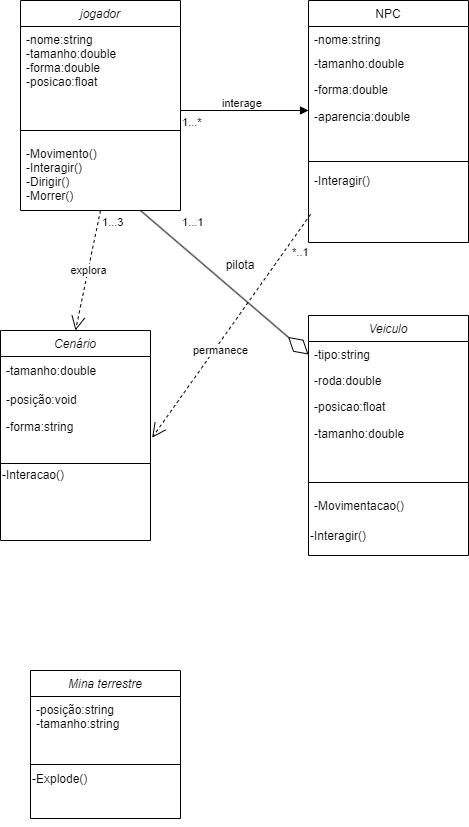
The draw.io diagram diagramas/Diagrama jogo musica Unity.drawio.png in lucasnoelgb/2jdprojetomusica, before a commit. Source tidied: cells renumbered, new cells last; positions are measured from the earlier drawing's top-left corner, leaving out a move shared by most shapes. Source of this version:
```xml
<mxGraphModel>
  <root>
    <mxCell id="0" />
    <mxCell id="1" parent="0" />
    <mxCell id="2" value="jogador" style="swimlane;fontStyle=2;align=center;verticalAlign=top;horizontal=1;startSize=26;rounded=0;shadow=0;strokeWidth=1;" parent="1" vertex="1">
      <mxGeometry x="20" width="160" height="210" as="geometry" />
    </mxCell>
    <mxCell id="3" value="-nome:string&#10;-tamanho:double&#10;-forma:double&#10;-posicao:float&#10;&#10;&#10;&#10;" style="text;align=left;verticalAlign=top;spacingLeft=4;spacingRight=4;overflow=hidden;" parent="2" vertex="1">
      <mxGeometry y="26" width="160" height="94" as="geometry" />
    </mxCell>
    <mxCell id="4" style="line;html=1;strokeWidth=1;align=left;verticalAlign=middle;spacingTop=-1;spacingLeft=3;spacingRight=3;labelPosition=right;" parent="2" vertex="1">
      <mxGeometry y="120" width="160" height="20" as="geometry" />
    </mxCell>
    <mxCell id="5" value="-Movimento()&#10;-Interagir()&#10;-Dirigir()&#10;-Morrer()" style="text;align=left;verticalAlign=top;spacingLeft=4;spacingRight=4;overflow=hidden;" parent="2" vertex="1">
      <mxGeometry y="140" width="160" height="60" as="geometry" />
    </mxCell>
    <mxCell id="6" value="NPC" style="swimlane;fontStyle=0;align=center;verticalAlign=top;horizontal=1;startSize=26;rounded=0;shadow=0;strokeWidth=1;" parent="1" vertex="1">
      <mxGeometry x="308" width="160" height="242" as="geometry" />
    </mxCell>
    <mxCell id="7" value="-nome:string" style="text;align=left;verticalAlign=top;spacingLeft=4;spacingRight=4;overflow=hidden;" parent="6" vertex="1">
      <mxGeometry y="26" width="160" height="24" as="geometry" />
    </mxCell>
    <mxCell id="8" value="-tamanho:double&#10;&#10;" style="text;align=left;verticalAlign=top;spacingLeft=4;spacingRight=4;overflow=hidden;rounded=0;shadow=0;html=0;" parent="6" vertex="1">
      <mxGeometry y="50" width="160" height="26" as="geometry" />
    </mxCell>
    <mxCell id="9" value="-forma:double&#10;&#10;" style="text;align=left;verticalAlign=top;spacingLeft=4;spacingRight=4;overflow=hidden;rounded=0;shadow=0;html=0;" parent="6" vertex="1">
      <mxGeometry y="76" width="160" height="26" as="geometry" />
    </mxCell>
    <mxCell id="10" value="-aparencia:double" style="text;html=1;strokeColor=none;fillColor=none;align=left;verticalAlign=middle;whiteSpace=wrap;rounded=0;spacingLeft=4;" parent="6" vertex="1">
      <mxGeometry y="102" width="160" height="30" as="geometry" />
    </mxCell>
    <mxCell id="11" style="line;html=1;strokeWidth=1;align=left;verticalAlign=middle;spacingTop=-1;spacingLeft=3;spacingRight=3;labelPosition=right;" parent="6" vertex="1">
      <mxGeometry y="132" width="160" height="58" as="geometry" />
    </mxCell>
    <mxCell id="12" value="-Interagir()" style="text;align=left;verticalAlign=bottom;spacingLeft=4;spacingRight=4;overflow=hidden;points=[[0,0.5],[1,0.5]];portConstraint=eastwest;labelPosition=center;verticalLabelPosition=top;" parent="6" vertex="1">
      <mxGeometry y="190" width="160" height="30" as="geometry" />
    </mxCell>
    <mxCell id="13" value="Cenário" style="swimlane;fontStyle=2;align=center;verticalAlign=top;horizontal=1;startSize=26;rounded=0;shadow=0;strokeWidth=1;" parent="1" vertex="1">
      <mxGeometry y="330" width="150" height="210" as="geometry" />
    </mxCell>
    <mxCell id="14" value="-tamanho:double" style="text;html=1;align=left;verticalAlign=middle;strokeColor=none;fillColor=none;spacingLeft=4;" parent="13" vertex="1">
      <mxGeometry y="26" width="150" height="30" as="geometry" />
    </mxCell>
    <mxCell id="15" value="-posição:void" style="text;align=left;verticalAlign=top;spacingLeft=4;spacingRight=4;overflow=hidden;" parent="13" vertex="1">
      <mxGeometry y="56" width="150" height="26" as="geometry" />
    </mxCell>
    <mxCell id="16" value="-forma:string" style="text;html=1;align=left;verticalAlign=middle;points=[];strokeColor=none;fillColor=none;spacingLeft=4;" parent="13" vertex="1">
      <mxGeometry y="82" width="150" height="30" as="geometry" />
    </mxCell>
    <mxCell id="17" style="edgeStyle=orthogonalEdgeStyle;rounded=0;orthogonalLoop=1;jettySize=auto;html=1;exitX=0.5;exitY=1;exitDx=0;exitDy=0;" parent="13" edge="1" source="19" target="19">
      <mxGeometry relative="1" as="geometry" />
    </mxCell>
    <mxCell id="18" style="line;html=1;strokeWidth=1;align=left;verticalAlign=middle;spacingTop=-1;spacingLeft=3;spacingRight=3;labelPosition=right;" parent="13" vertex="1">
      <mxGeometry y="112" width="150" height="42" as="geometry" />
    </mxCell>
    <mxCell id="19" value="-Interacao()" style="text;html=1;strokeColor=none;fillColor=none;align=left;verticalAlign=bottom;whiteSpace=wrap;rounded=0;horizontal=1;labelPosition=center;verticalLabelPosition=top;" parent="13" vertex="1">
      <mxGeometry y="154" width="150" height="30" as="geometry" />
    </mxCell>
    <mxCell id="20" value="Veiculo" style="swimlane;fontStyle=2;align=center;verticalAlign=top;horizontal=1;startSize=26;rounded=0;shadow=0;strokeWidth=1;" parent="1" vertex="1">
      <mxGeometry x="308" y="315" width="160" height="240" as="geometry" />
    </mxCell>
    <mxCell id="21" value="-tipo:string" style="text;align=left;verticalAlign=top;spacingLeft=4;spacingRight=4;overflow=hidden;points=[[0,0.5],[1,0.5]];portConstraint=eastwest;" parent="20" vertex="1">
      <mxGeometry y="26" width="160" height="26" as="geometry" />
    </mxCell>
    <mxCell id="22" value="-roda:double&#10;" style="text;align=left;verticalAlign=top;spacingLeft=4;spacingRight=4;overflow=hidden;rounded=0;shadow=0;html=0;" parent="20" vertex="1">
      <mxGeometry y="52" width="160" height="26" as="geometry" />
    </mxCell>
    <mxCell id="23" value="-posicao:float" style="text;align=left;verticalAlign=top;spacingLeft=4;spacingRight=4;overflow=hidden;rounded=0;shadow=0;html=0;" parent="20" vertex="1">
      <mxGeometry y="78" width="160" height="26" as="geometry" />
    </mxCell>
    <mxCell id="24" value="-tamanho:double" style="text;html=1;align=left;verticalAlign=middle;strokeColor=none;fillColor=none;spacingLeft=4;" parent="20" vertex="1">
      <mxGeometry y="104" width="160" height="30" as="geometry" />
    </mxCell>
    <mxCell id="25" style="line;html=1;strokeWidth=1;align=left;verticalAlign=middle;spacingTop=-1;spacingLeft=3;spacingRight=3;labelPosition=right;" parent="20" vertex="1">
      <mxGeometry y="134" width="160" height="66" as="geometry" />
    </mxCell>
    <mxCell id="26" value="-Movimentacao()" style="text;align=left;verticalAlign=bottom;spacingLeft=4;spacingRight=4;overflow=hidden;labelPosition=center;verticalLabelPosition=top;" parent="20" vertex="1">
      <mxGeometry y="200" width="160" height="30" as="geometry" />
    </mxCell>
    <mxCell id="27" value="-Interagir()" style="text;html=1;strokeColor=none;fillColor=none;align=left;verticalAlign=bottom;whiteSpace=wrap;rounded=0;labelPosition=center;verticalLabelPosition=top;" parent="20" vertex="1">
      <mxGeometry y="230" width="160" height="10" as="geometry" />
    </mxCell>
    <mxCell id="28" value="Mina terrestre" style="swimlane;fontStyle=2;align=center;verticalAlign=top;horizontal=1;startSize=26;rounded=0;shadow=0;strokeWidth=1;" parent="1" vertex="1">
      <mxGeometry x="30" y="670" width="150" height="148" as="geometry" />
    </mxCell>
    <mxCell id="29" value="-posição:string&#10;-tamanho:string" style="text;align=left;verticalAlign=top;spacingLeft=4;spacingRight=4;overflow=hidden;" parent="28" vertex="1">
      <mxGeometry y="26" width="150" height="44" as="geometry" />
    </mxCell>
    <mxCell id="30" style="edgeStyle=orthogonalEdgeStyle;rounded=0;orthogonalLoop=1;jettySize=auto;html=1;exitX=0.5;exitY=1;exitDx=0;exitDy=0;" parent="28" edge="1" source="32" target="32">
      <mxGeometry relative="1" as="geometry" />
    </mxCell>
    <mxCell id="31" style="line;html=1;strokeWidth=1;align=left;verticalAlign=middle;spacingTop=-1;spacingLeft=3;spacingRight=3;labelPosition=right;" parent="28" vertex="1">
      <mxGeometry y="70" width="150" height="48" as="geometry" />
    </mxCell>
    <mxCell id="32" value="-Explode()" style="text;html=1;strokeColor=none;fillColor=none;align=left;verticalAlign=bottom;whiteSpace=wrap;rounded=0;horizontal=1;labelPosition=center;verticalLabelPosition=top;" parent="28" vertex="1">
      <mxGeometry y="118" width="150" height="30" as="geometry" />
    </mxCell>
    <mxCell id="33" value="interage&lt;br&gt;" style="endArrow=block;endFill=1;html=1;edgeStyle=orthogonalEdgeStyle;align=left;verticalAlign=top;rounded=0;" parent="1" edge="1">
      <mxGeometry x="-0.38" y="20" relative="1" as="geometry">
        <mxPoint x="180" y="110" as="sourcePoint" />
        <mxPoint x="308" y="110" as="targetPoint" />
      </mxGeometry>
    </mxCell>
    <mxCell id="34" value="*..1" style="edgeLabel;html=1;align=left;verticalAlign=bottom;" parent="33" vertex="1">
      <mxGeometry x="-1" relative="1" as="geometry">
        <mxPoint x="110" y="150" as="offset" />
      </mxGeometry>
    </mxCell>
    <mxCell id="35" value="1...3" style="edgeLabel;html=1;align=left;verticalAlign=bottom;" parent="33" vertex="1">
      <mxGeometry x="-1" relative="1" as="geometry">
        <mxPoint x="-80" y="120" as="offset" />
      </mxGeometry>
    </mxCell>
    <mxCell id="36" value="1...1" style="edgeLabel;html=1;align=left;verticalAlign=bottom;" parent="33" vertex="1">
      <mxGeometry x="-1" relative="1" as="geometry">
        <mxPoint y="120" as="offset" />
      </mxGeometry>
    </mxCell>
    <mxCell id="37" value="1...*" style="edgeLabel;html=1;align=left;verticalAlign=bottom;" parent="33" vertex="1">
      <mxGeometry x="-1" relative="1" as="geometry">
        <mxPoint y="20" as="offset" />
      </mxGeometry>
    </mxCell>
    <mxCell id="38" value="explora&lt;br&gt;" style="endArrow=open;endSize=12;dashed=1;html=1;rounded=0;entryX=0.5;entryY=0;entryDx=0;entryDy=0;exitX=0.5;exitY=1;exitDx=0;exitDy=0;" parent="1" edge="1" source="2" target="13">
      <mxGeometry relative="1" as="geometry" />
    </mxCell>
    <mxCell id="39" style="endArrow=diamondThin;endFill=0;endSize=24;html=1;rounded=0;entryX=0;entryY=0.5;entryDx=0;entryDy=0;exitX=0.75;exitY=1;exitDx=0;exitDy=0;" parent="1" edge="1" source="2" target="21">
      <mxGeometry relative="1" as="geometry" />
    </mxCell>
    <mxCell id="40" value="pilota&lt;br&gt;" style="text;html=1;strokeColor=none;fillColor=none;align=center;verticalAlign=middle;whiteSpace=wrap;rounded=0;" parent="1" vertex="1">
      <mxGeometry x="210" y="250" width="60" height="30" as="geometry" />
    </mxCell>
    <mxCell id="41" value="permanece&lt;br&gt;" style="endArrow=open;endSize=12;dashed=1;html=1;rounded=0;entryX=1.011;entryY=0.839;entryDx=0;entryDy=0;exitX=0.013;exitY=0.794;exitDx=0;exitDy=0;exitPerimeter=0;entryPerimeter=0;" parent="1" edge="1" source="12" target="16">
      <mxGeometry x="0.19" y="5" relative="1" as="geometry" />
    </mxCell>
  </root>
</mxGraphModel>
```
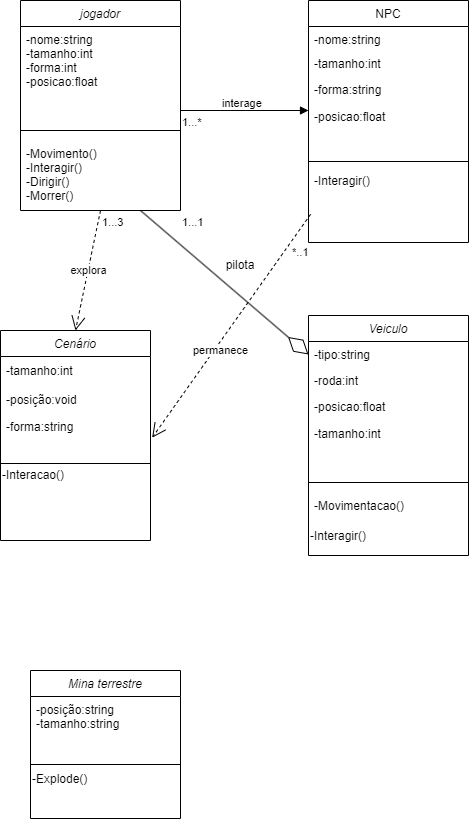
After the commit.

Commit message:
corrigindo erros

What changed in the source:
```diff
@@ -5,7 +5,7 @@
     <mxCell id="2" value="jogador" style="swimlane;fontStyle=2;align=center;verticalAlign=top;horizontal=1;startSize=26;rounded=0;shadow=0;strokeWidth=1;" parent="1" vertex="1">
       <mxGeometry x="20" width="160" height="210" as="geometry" />
     </mxCell>
-    <mxCell id="3" value="-nome:string&#10;-tamanho:double&#10;-forma:double&#10;-posicao:float&#10;&#10;&#10;&#10;" style="text;align=left;verticalAlign=top;spacingLeft=4;spacingRight=4;overflow=hidden;" parent="2" vertex="1">
+    <mxCell id="3" value="-nome:string&#10;-tamanho:int&#10;-forma:int&#10;-posicao:float&#10;&#10;&#10;&#10;" style="text;align=left;verticalAlign=top;spacingLeft=4;spacingRight=4;overflow=hidden;" parent="2" vertex="1">
       <mxGeometry y="26" width="160" height="94" as="geometry" />
     </mxCell>
     <mxCell id="4" style="line;html=1;strokeWidth=1;align=left;verticalAlign=middle;spacingTop=-1;spacingLeft=3;spacingRight=3;labelPosition=right;" parent="2" vertex="1">
@@ -20,13 +20,13 @@
     <mxCell id="7" value="-nome:string" style="text;align=left;verticalAlign=top;spacingLeft=4;spacingRight=4;overflow=hidden;" parent="6" vertex="1">
       <mxGeometry y="26" width="160" height="24" as="geometry" />
     </mxCell>
-    <mxCell id="8" value="-tamanho:double&#10;&#10;" style="text;align=left;verticalAlign=top;spacingLeft=4;spacingRight=4;overflow=hidden;rounded=0;shadow=0;html=0;" parent="6" vertex="1">
+    <mxCell id="8" value="-tamanho:int&#10;&#10;" style="text;align=left;verticalAlign=top;spacingLeft=4;spacingRight=4;overflow=hidden;rounded=0;shadow=0;html=0;" parent="6" vertex="1">
       <mxGeometry y="50" width="160" height="26" as="geometry" />
     </mxCell>
-    <mxCell id="9" value="-forma:double&#10;&#10;" style="text;align=left;verticalAlign=top;spacingLeft=4;spacingRight=4;overflow=hidden;rounded=0;shadow=0;html=0;" parent="6" vertex="1">
+    <mxCell id="9" value="-forma:string&#10;&#10;" style="text;align=left;verticalAlign=top;spacingLeft=4;spacingRight=4;overflow=hidden;rounded=0;shadow=0;html=0;" parent="6" vertex="1">
       <mxGeometry y="76" width="160" height="26" as="geometry" />
     </mxCell>
-    <mxCell id="10" value="-aparencia:double" style="text;html=1;strokeColor=none;fillColor=none;align=left;verticalAlign=middle;whiteSpace=wrap;rounded=0;spacingLeft=4;" parent="6" vertex="1">
+    <mxCell id="10" value="-posicao:float" style="text;html=1;strokeColor=none;fillColor=none;align=left;verticalAlign=middle;whiteSpace=wrap;rounded=0;spacingLeft=4;" parent="6" vertex="1">
       <mxGeometry y="102" width="160" height="30" as="geometry" />
     </mxCell>
     <mxCell id="11" style="line;html=1;strokeWidth=1;align=left;verticalAlign=middle;spacingTop=-1;spacingLeft=3;spacingRight=3;labelPosition=right;" parent="6" vertex="1">
@@ -38,7 +38,7 @@
     <mxCell id="13" value="Cenário" style="swimlane;fontStyle=2;align=center;verticalAlign=top;horizontal=1;startSize=26;rounded=0;shadow=0;strokeWidth=1;" parent="1" vertex="1">
       <mxGeometry y="330" width="150" height="210" as="geometry" />
     </mxCell>
-    <mxCell id="14" value="-tamanho:double" style="text;html=1;align=left;verticalAlign=middle;strokeColor=none;fillColor=none;spacingLeft=4;" parent="13" vertex="1">
+    <mxCell id="14" value="-tamanho:int" style="text;html=1;align=left;verticalAlign=middle;strokeColor=none;fillColor=none;spacingLeft=4;" parent="13" vertex="1">
       <mxGeometry y="26" width="150" height="30" as="geometry" />
     </mxCell>
     <mxCell id="15" value="-posição:void" style="text;align=left;verticalAlign=top;spacingLeft=4;spacingRight=4;overflow=hidden;" parent="13" vertex="1">
@@ -62,13 +62,13 @@
     <mxCell id="21" value="-tipo:string" style="text;align=left;verticalAlign=top;spacingLeft=4;spacingRight=4;overflow=hidden;points=[[0,0.5],[1,0.5]];portConstraint=eastwest;" parent="20" vertex="1">
       <mxGeometry y="26" width="160" height="26" as="geometry" />
     </mxCell>
-    <mxCell id="22" value="-roda:double&#10;" style="text;align=left;verticalAlign=top;spacingLeft=4;spacingRight=4;overflow=hidden;rounded=0;shadow=0;html=0;" parent="20" vertex="1">
+    <mxCell id="22" value="-roda:int&#10;&#10;" style="text;align=left;verticalAlign=top;spacingLeft=4;spacingRight=4;overflow=hidden;rounded=0;shadow=0;html=0;" parent="20" vertex="1">
       <mxGeometry y="52" width="160" height="26" as="geometry" />
     </mxCell>
     <mxCell id="23" value="-posicao:float" style="text;align=left;verticalAlign=top;spacingLeft=4;spacingRight=4;overflow=hidden;rounded=0;shadow=0;html=0;" parent="20" vertex="1">
       <mxGeometry y="78" width="160" height="26" as="geometry" />
     </mxCell>
-    <mxCell id="24" value="-tamanho:double" style="text;html=1;align=left;verticalAlign=middle;strokeColor=none;fillColor=none;spacingLeft=4;" parent="20" vertex="1">
+    <mxCell id="24" value="-tamanho:int" style="text;html=1;align=left;verticalAlign=middle;strokeColor=none;fillColor=none;spacingLeft=4;" parent="20" vertex="1">
       <mxGeometry y="104" width="160" height="30" as="geometry" />
     </mxCell>
     <mxCell id="25" style="line;html=1;strokeWidth=1;align=left;verticalAlign=middle;spacingTop=-1;spacingLeft=3;spacingRight=3;labelPosition=right;" parent="20" vertex="1">
```
